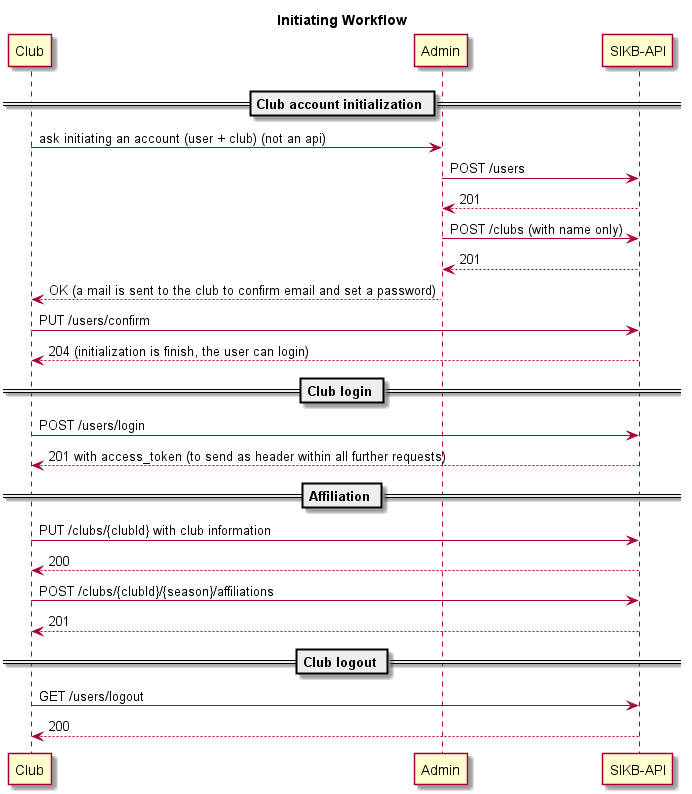
alexeil/sikb-api keeps this PlantUML diagram as doc/schema/workflow.png. Above is the earlier version.
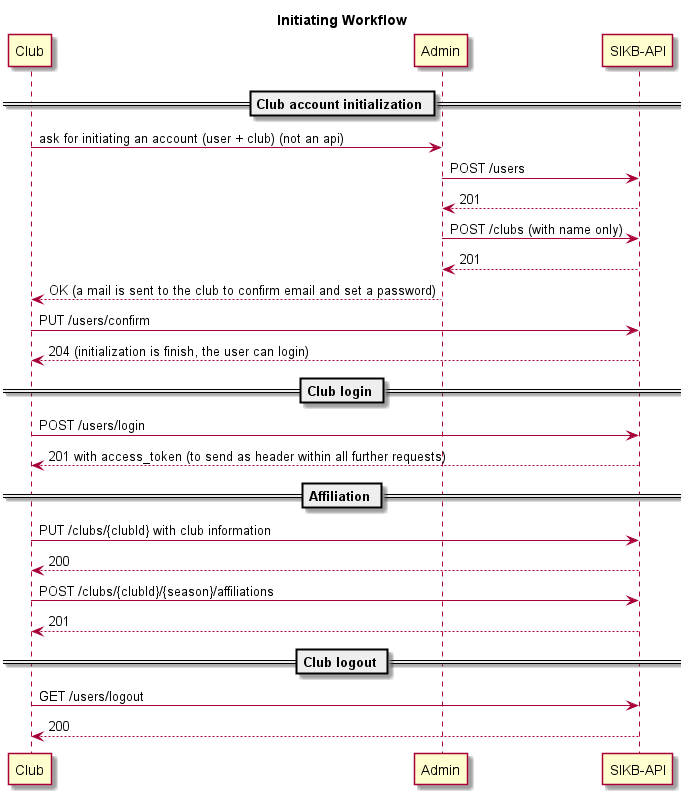
After the change.

Diff of the diagram source:
```diff
@@ -6,7 +6,7 @@
 participant "SIKB-API" as api
 
 == Club account initialization ==
-club -> admin : ask initiating an account (user + club) (not an api)
+club -> admin : ask for initiating an account (user + club) (not an api)
 admin -> api : POST /users
 admin <-- api : 201
 admin -> api : POST /clubs (with name only)
```
